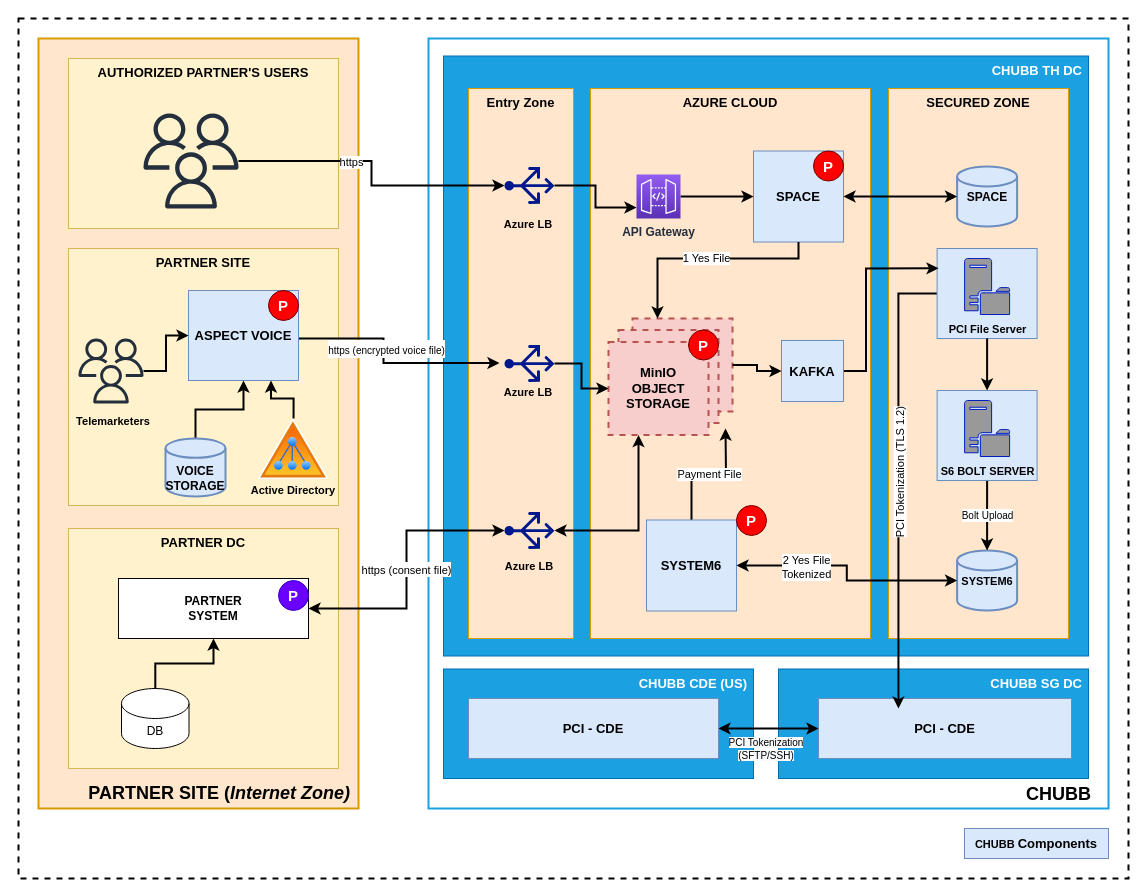
This is page "Page-2" (2 of 2) of KTB.drawio from saileshsharma/saileshsharma, a draw.io file, before an edit. Source tidied: cells renumbered, new cells numbered last; positions are measured from the earlier drawing's top-left corner, leaving out a move shared by most shapes. Both pictures are drawn from the tidied source at 100%, with x=0, y=0 at pixel (18, 18). Pictures stored in the file or linked from it are replaced by grey dashed boxes.
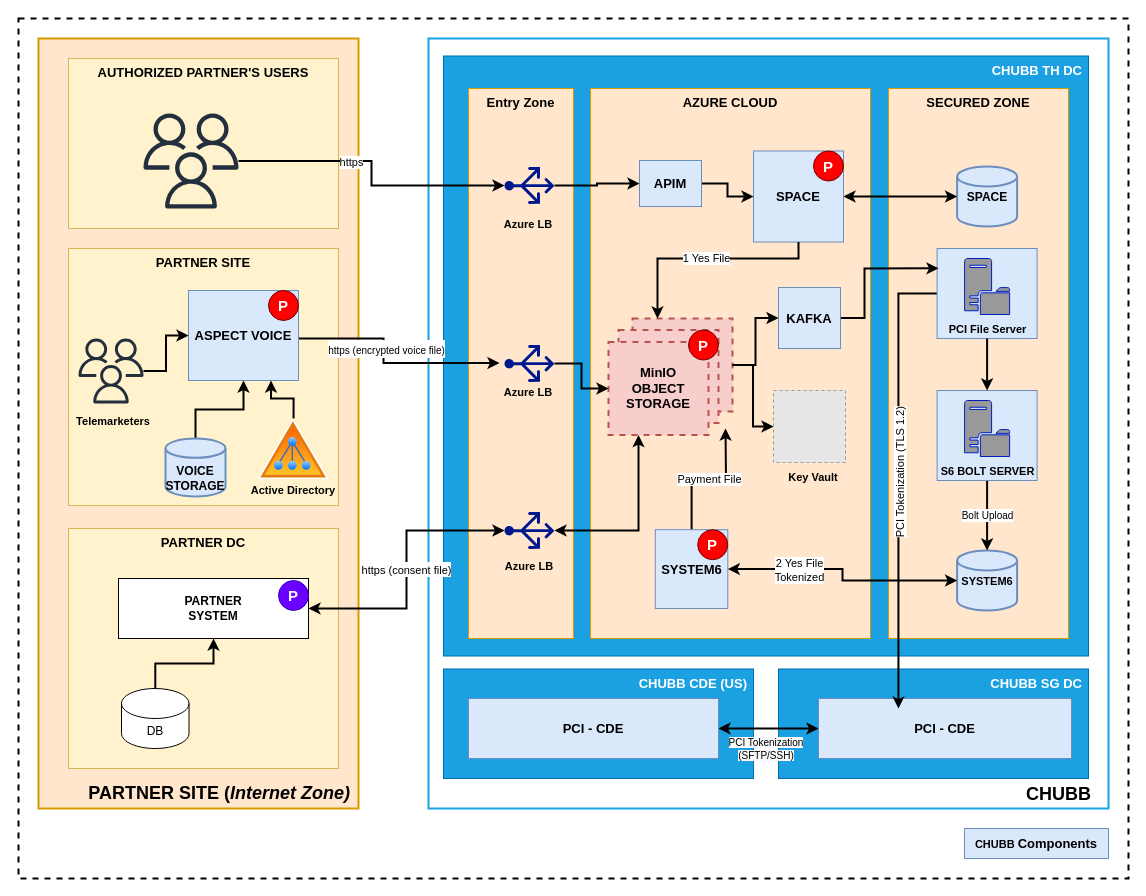
Above is the later version.

The change refers to these unchanged cells:
```xml
<mxCell id="45" value="SPACE" style="rounded=0;whiteSpace=wrap;html=1;fontSize=13;fillColor=#dae8fc;strokeColor=#6c8ebf;fontStyle=1;" parent="1" vertex="1">
  <mxGeometry x="735" y="132.5" width="90" height="91" as="geometry" />
</mxCell>
<mxCell id="51" style="sketch=0;shadow=0;dashed=0;html=1;strokeColor=none;labelPosition=center;verticalLabelPosition=bottom;verticalAlign=top;align=center;fillColor=#00188D;shape=mxgraph.azure.load_balancer_generic;fontSize=15;fontColor=#000000;rotation=-90;" parent="1" vertex="1">
  <mxGeometry x="492.5" y="142" width="37" height="50" as="geometry" />
</mxCell>
<mxCell id="61" style="rounded=0;whiteSpace=wrap;html=1;dashed=1;fontSize=13;strokeColor=#b85450;strokeWidth=2;fillColor=#f8cecc;fontStyle=1;" parent="60" vertex="1">
  <mxGeometry x="24" width="100" height="93" as="geometry" />
</mxCell>
```

The edit, as a diff of the source:
```diff
@@
-    <mxCell id="37" value="SYSTEM6" style="rounded=0;whiteSpace=wrap;html=1;fontSize=13;fillColor=#dae8fc;strokeColor=#6c8ebf;fontStyle=1;" parent="1" vertex="1">
-      <mxGeometry x="628" y="501.5" width="90" height="91" as="geometry" />
+    <mxCell id="37" value="SYSTEM6" style="rounded=0;whiteSpace=wrap;html=1;fontSize=13;fillColor=#dae8fc;strokeColor=#6c8ebf;fontStyle=1;direction=south;" parent="1" vertex="1">
+      <mxGeometry x="636.8" y="511.2" width="72.5" height="78.8" as="geometry" />
     </mxCell>
@@
     <mxCell id="40" value="&lt;span style=&quot;font-size: 15px;&quot;&gt;P&lt;/span&gt;" style="ellipse;whiteSpace=wrap;html=1;fillColor=#FF0000;fontColor=#ffffff;strokeColor=#6F0000;fontSize=15;fontStyle=1;" parent="1" vertex="1">
-      <mxGeometry x="718" y="487" width="30" height="30" as="geometry" />
+      <mxGeometry x="679.2" y="511.2" width="30" height="30" as="geometry" />
     </mxCell>
@@
-    <mxCell id="47" style="edgeStyle=orthogonalEdgeStyle;rounded=0;jettySize=auto;html=1;fontSize=13;fontColor=#000000;startArrow=none;startFill=0;strokeWidth=2;" parent="1" edge="1" source="48" target="45">
-      <mxGeometry relative="1" as="geometry" />
-    </mxCell>
-    <mxCell id="48" value="&lt;b&gt;API Gateway&lt;/b&gt;" style="sketch=0;points=[[0,0,0],[0.25,0,0],[0.5,0,0],[0.75,0,0],[1,0,0],[0,1,0],[0.25,1,0],[0.5,1,0],[0.75,1,0],[1,1,0],[0,0.25,0],[0,0.5,0],[0,0.75,0],[1,0.25,0],[1,0.5,0],[1,0.75,0]];outlineConnect=0;fontColor=#232F3E;gradientColor=#945DF2;gradientDirection=north;fillColor=#5A30B5;strokeColor=#ffffff;dashed=0;verticalLabelPosition=bottom;verticalAlign=top;align=center;html=1;fontSize=12;fontStyle=0;shape=mxgraph.aws4.resourceIcon;resIcon=mxgraph.aws4.api_gateway;" parent="1" vertex="1">
-      <mxGeometry x="618" y="156" width="44" height="44" as="geometry" />
-    </mxCell>
@@
-    <mxCell id="50" style="edgeStyle=orthogonalEdgeStyle;rounded=0;jettySize=auto;html=1;entryX=0;entryY=0.75;entryDx=0;entryDy=0;entryPerimeter=0;fontSize=15;fontColor=#000000;strokeWidth=2;" parent="1" edge="1" source="51" target="48">
-      <mxGeometry relative="1" as="geometry" />
-    </mxCell>
+    <mxCell id="79" style="edgeStyle=orthogonalEdgeStyle;rounded=0;jettySize=auto;html=1;fontSize=11;fontColor=#000000;startArrow=none;startFill=0;strokeWidth=2;" parent="1" edge="1" source="51" target="81">
+      <mxGeometry relative="1" as="geometry" />
+    </mxCell>
@@
     <mxCell id="77" value="KAFKA" style="rounded=0;whiteSpace=wrap;html=1;fontSize=13;fillColor=#dae8fc;strokeColor=#6c8ebf;fontStyle=1;" parent="1" vertex="1">
-      <mxGeometry x="763" y="322" width="62" height="61" as="geometry" />
+      <mxGeometry x="760" y="269" width="62" height="61" as="geometry" />
     </mxCell>
@@
+    <mxCell id="80" style="edgeStyle=orthogonalEdgeStyle;rounded=0;jettySize=auto;html=1;fontSize=11;fontColor=#000000;startArrow=none;startFill=0;strokeWidth=2;" parent="1" edge="1" source="81" target="45">
+      <mxGeometry relative="1" as="geometry" />
+    </mxCell>
+    <mxCell id="81" value="APIM" style="rounded=0;whiteSpace=wrap;html=1;fontSize=13;fillColor=#dae8fc;strokeColor=#6c8ebf;fontStyle=1;" parent="1" vertex="1">
+      <mxGeometry x="621" y="142" width="62" height="46" as="geometry" />
+    </mxCell>
+    <mxCell id="82" style="fillColor=#E6E6E6;strokeColor=#999999;dashed=1;html=1;verticalAlign=top;verticalLabelPosition=bottom;labelBackgroundColor=#ffffff;fontSize=11;fontColor=#000000;" parent="1" vertex="1">
+      <mxGeometry x="755" y="372" width="72" height="72" as="geometry" />
+    </mxCell>
+    <mxCell id="83" style="edgeStyle=orthogonalEdgeStyle;rounded=0;jettySize=auto;html=1;fontSize=11;fontColor=#000000;startArrow=none;startFill=0;strokeWidth=2;" parent="1" edge="1" source="61" target="82">
+      <mxGeometry relative="1" as="geometry" />
+    </mxCell>
+    <mxCell id="84" value="Key Vault" style="text;html=1;strokeColor=none;fillColor=none;align=center;verticalAlign=middle;whiteSpace=wrap;rounded=0;dashed=1;fontSize=11;fontColor=#000000;fontStyle=1;" parent="1" vertex="1">
+      <mxGeometry x="765" y="444" width="60" height="30" as="geometry" />
+    </mxCell>
```
